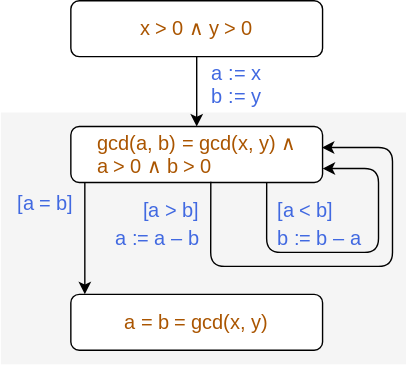
Before: content/01 On Algorithms/img/EuclidDo2.svg, a diagram exported from draw.io (emilsekerinski/ictac2024tutorial). Source tidied: cells renumbered, new cells last; positions are measured from the earlier drawing's top-left corner, leaving out a move shared by most shapes.
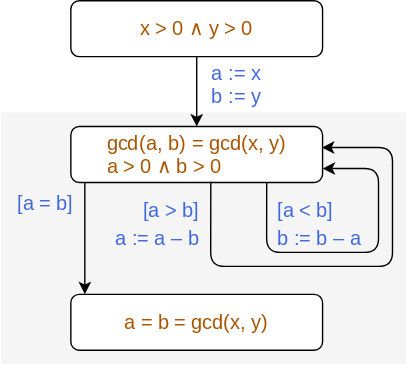
After the commit.

The edit, as a diff of the source:
```diff
@@ -47,7 +47,7 @@
     <mxCell id="13" value="&lt;div style=&quot;text-align: center&quot;&gt;&lt;font color=&quot;#aa5500&quot;&gt;x &amp;gt; 0 ∧ y &amp;gt; 0&lt;/font&gt;&lt;br&gt;&lt;/div&gt;" style="rounded=1;whiteSpace=wrap;html=1;fillColor=#ffffff;gradientColor=none;fontSize=14;fontColor=#d2691e;align=center;fontFamily=Noto Sans;" parent="1" vertex="1">
       <mxGeometry x="50" width="180" height="40" as="geometry" />
     </mxCell>
-    <mxCell id="14" value="&lt;div style=&quot;text-align: center&quot;&gt;&lt;font color=&quot;#aa5500&quot;&gt;gcd(a, b) = gcd(x, y) ∧&lt;br&gt;&lt;div style=&quot;text-align: left&quot;&gt;&lt;span&gt;a &amp;gt; 0 ∧ b &amp;gt; 0&lt;/span&gt;&lt;/div&gt;&lt;/font&gt;&lt;/div&gt;" style="rounded=1;whiteSpace=wrap;html=1;fillColor=#ffffff;gradientColor=none;fontSize=14;fontColor=#d2691e;align=center;fontFamily=Noto Sans;" parent="1" vertex="1">
+    <mxCell id="14" value="&lt;div style=&quot;text-align: center&quot;&gt;&lt;font color=&quot;#aa5500&quot;&gt;gcd(a, b) = gcd(x, y)&lt;br&gt;&lt;div style=&quot;text-align: left&quot;&gt;&lt;span&gt;a &amp;gt; 0 ∧ b &amp;gt; 0&lt;/span&gt;&lt;/div&gt;&lt;/font&gt;&lt;/div&gt;" style="rounded=1;whiteSpace=wrap;html=1;fillColor=#ffffff;gradientColor=none;fontSize=14;fontColor=#d2691e;align=center;fontFamily=Noto Sans;" parent="1" vertex="1">
       <mxGeometry x="50" y="90" width="180" height="40" as="geometry" />
     </mxCell>
     <mxCell id="15" style="endArrow=classic;html=1;shadow=0;strokeColor=#000000;fontFamily=Noto Sans;fontSize=12;fontColor=#000000;entryX=0.997;entryY=0.375;exitX=0.556;exitY=0.988;exitDx=0;exitDy=0;exitPerimeter=0;entryDx=0;entryDy=0;entryPerimeter=0;" parent="1" edge="1" source="14" target="14">
```
